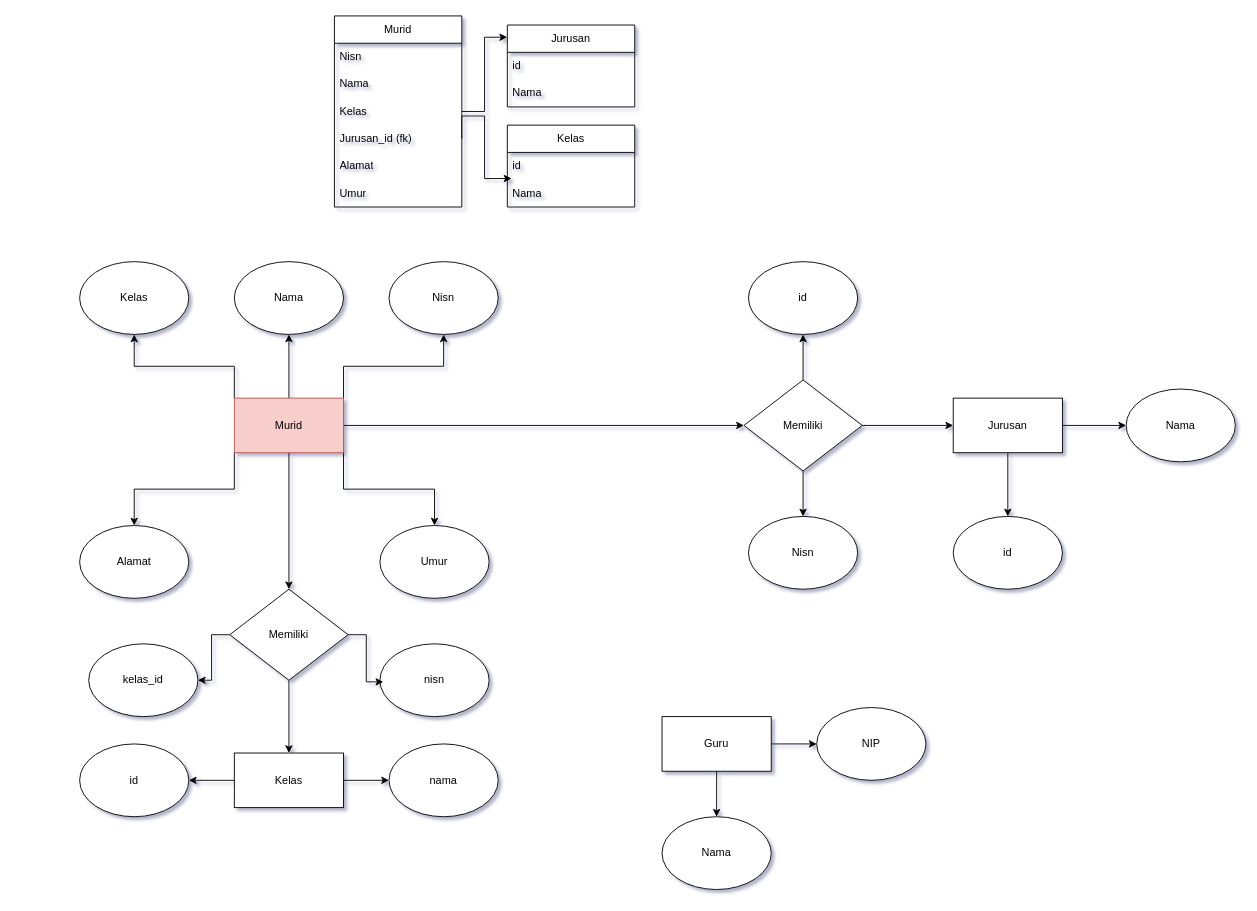
The draw.io diagram Untitled Diagram.drawio in mirzadfrpl/draw, before the edit. Source tidied: cells renumbered, new cells numbered last; positions are measured from the earlier drawing's top-left corner, leaving out a move shared by most shapes. Both pictures are drawn from the tidied source at 91%, with x=0, y=0 at pixel (79, 15).
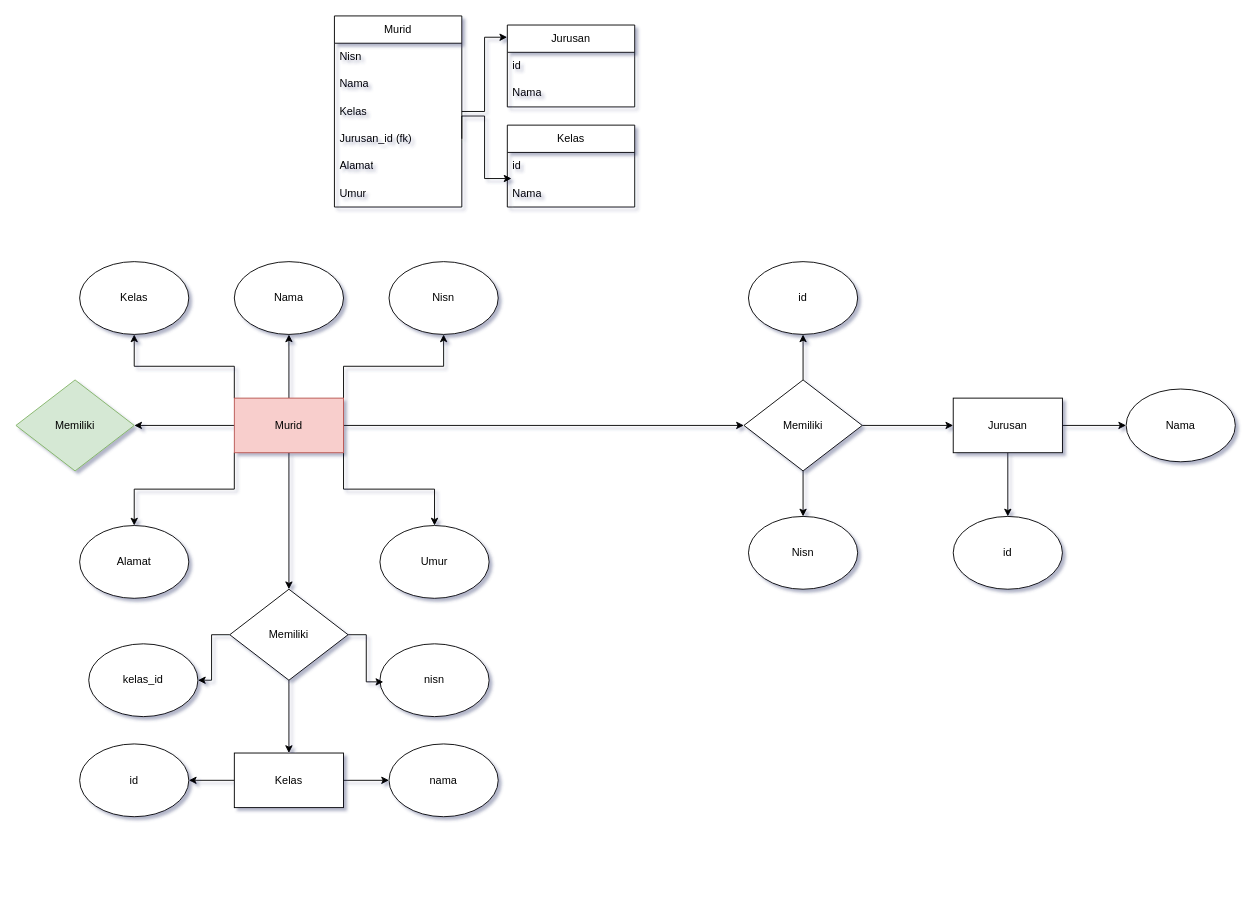
Above is the later version.

Unchanged cells that the change refers to:
```xml
<mxCell id="13" value="Murid" style="rounded=0;whiteSpace=wrap;html=1;strokeColor=#b85450;fillColor=#f8cecc;" parent="1" vertex="1">
  <mxGeometry x="170" y="420" width="120" height="60" as="geometry" />
</mxCell>
```

What changed in the source:
```diff
@@
+    <mxCell id="57" style="edgeStyle=orthogonalEdgeStyle;rounded=0;jettySize=auto;html=1;exitX=0;exitY=0.5;exitDx=0;exitDy=0;entryX=1;entryY=0.5;entryDx=0;entryDy=0;" parent="1" edge="1" source="13" target="58">
+      <mxGeometry relative="1" as="geometry" />
+    </mxCell>
@@
-    <mxCell id="36" style="edgeStyle=orthogonalEdgeStyle;rounded=0;jettySize=auto;html=1;exitX=0.5;exitY=1;exitDx=0;exitDy=0;" parent="1" edge="1" source="38" target="39">
-      <mxGeometry relative="1" as="geometry" />
-    </mxCell>
-    <mxCell id="37" style="edgeStyle=orthogonalEdgeStyle;rounded=0;jettySize=auto;html=1;exitX=1;exitY=0.5;exitDx=0;exitDy=0;entryX=0;entryY=0.5;entryDx=0;entryDy=0;" parent="1" edge="1" source="38" target="40">
-      <mxGeometry relative="1" as="geometry" />
-    </mxCell>
-    <mxCell id="38" value="Guru" style="rounded=0;whiteSpace=wrap;html=1;strokeColor=default;" parent="1" vertex="1">
-      <mxGeometry x="640" y="770" width="120" height="60" as="geometry" />
-    </mxCell>
-    <mxCell id="39" value="Nama" style="ellipse;whiteSpace=wrap;html=1;" parent="1" vertex="1">
-      <mxGeometry x="640" y="880" width="120" height="80" as="geometry" />
-    </mxCell>
-    <mxCell id="40" value="NIP" style="ellipse;whiteSpace=wrap;html=1;" parent="1" vertex="1">
-      <mxGeometry x="810" y="760" width="120" height="80" as="geometry" />
-    </mxCell>
@@
+    <mxCell id="58" value="Memiliki" style="rhombus;whiteSpace=wrap;html=1;fillColor=#d5e8d4;strokeColor=#82b366;" parent="1" vertex="1">
+      <mxGeometry x="-70" y="400" width="130" height="100" as="geometry" />
+    </mxCell>
```
